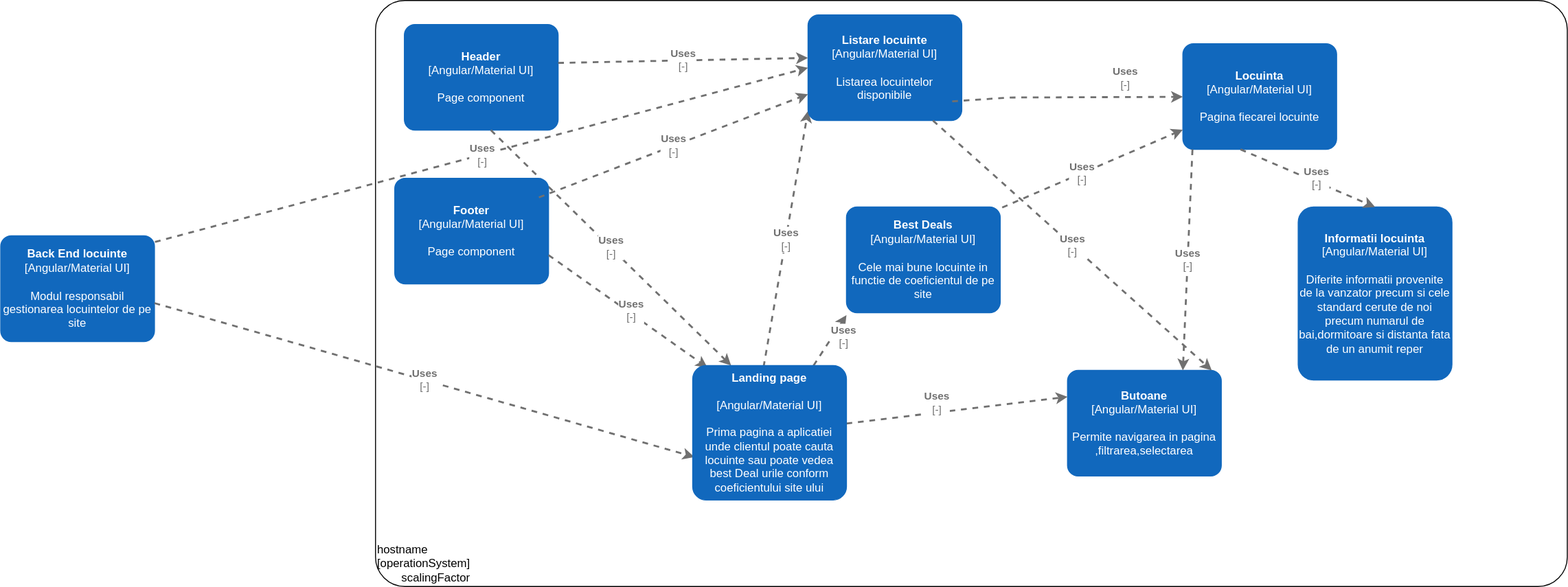
This is C4-Frontend-locuinte/frontend-locuinte-level3.svg from MirceaSofrone/IPproiect-DeployFront, a draw.io export, as it was before one commit. Source tidied: cells renumbered, new cells last; positions are measured from the earlier drawing's top-left corner, leaving out a move shared by most shapes.
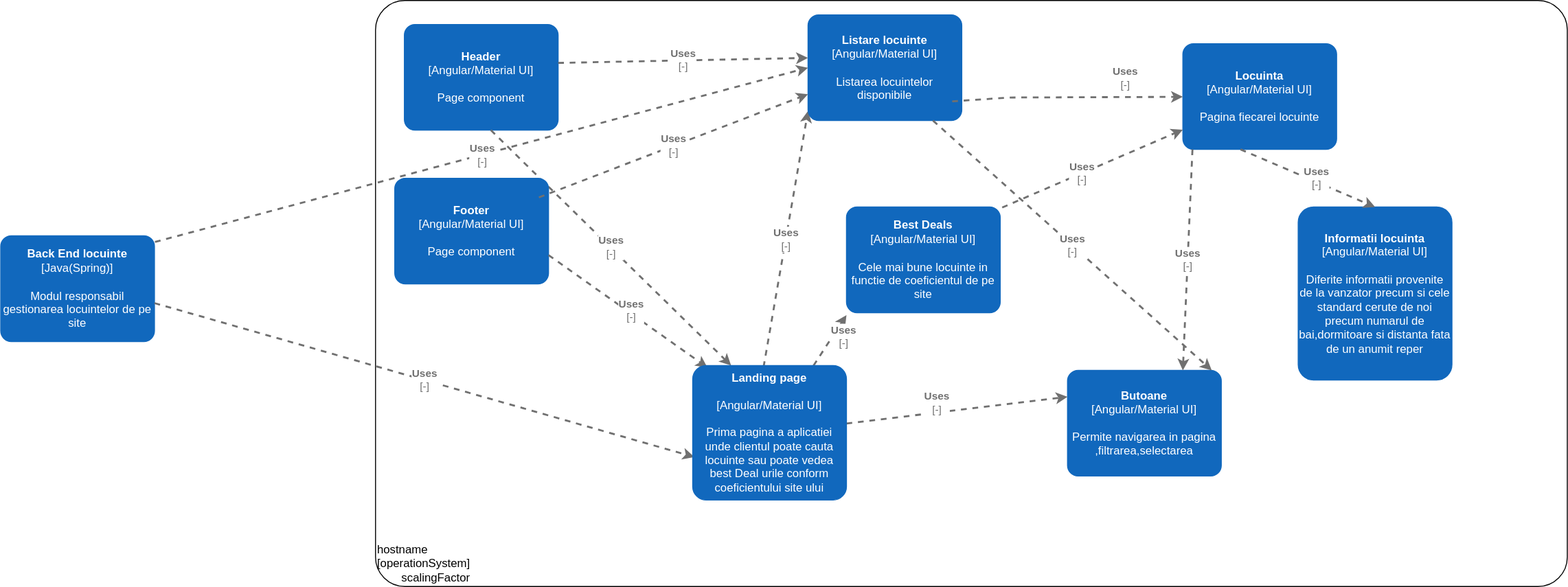
After the change.

Commit message:
changed frotend-locuinte backend tech

The edit, as a diff of the source:
```diff
@@ -7,7 +7,7 @@
         <mxGeometry x="390" width="1240" height="610" as="geometry" />
       </mxCell>
     </object>
-    <object id="3" label="&lt;b&gt;%c4Name%&lt;/b&gt;&lt;div&gt;[%c4Type%]&lt;/div&gt;&lt;br&gt;&lt;div&gt;%c4Description%&lt;/div&gt;" c4Description="Modul responsabil gestionarea locuintelor de pe site" c4Name="Back End locuinte" c4Type="Angular/Material UI" placeholders="1">
+    <object id="3" label="&lt;b&gt;%c4Name%&lt;/b&gt;&lt;div&gt;[%c4Type%]&lt;/div&gt;&lt;br&gt;&lt;div&gt;%c4Description%&lt;/div&gt;" c4Description="Modul responsabil gestionarea locuintelor de pe site" c4Name="Back End locuinte" c4Type="Java(Spring)" placeholders="1">
       <mxCell style="rounded=1;whiteSpace=wrap;html=1;labelBackgroundColor=none;fillColor=#1168BD;fontColor=#ffffff;align=center;arcSize=10;strokeColor=#1168BD;metaData={&quot;c4Type&quot;:{&quot;editable&quot;:false}};points=[[0.25,0,0],[0.5,0,0],[0.75,0,0],[1,0.25,0],[1,0.5,0],[1,0.75,0],[0.75,1,0],[0.5,1,0],[0.25,1,0],[0,0.75,0],[0,0.5,0],[0,0.25,0]];" parent="1" vertex="1">
         <mxGeometry y="245" width="160" height="110" as="geometry" />
       </mxCell>
```
